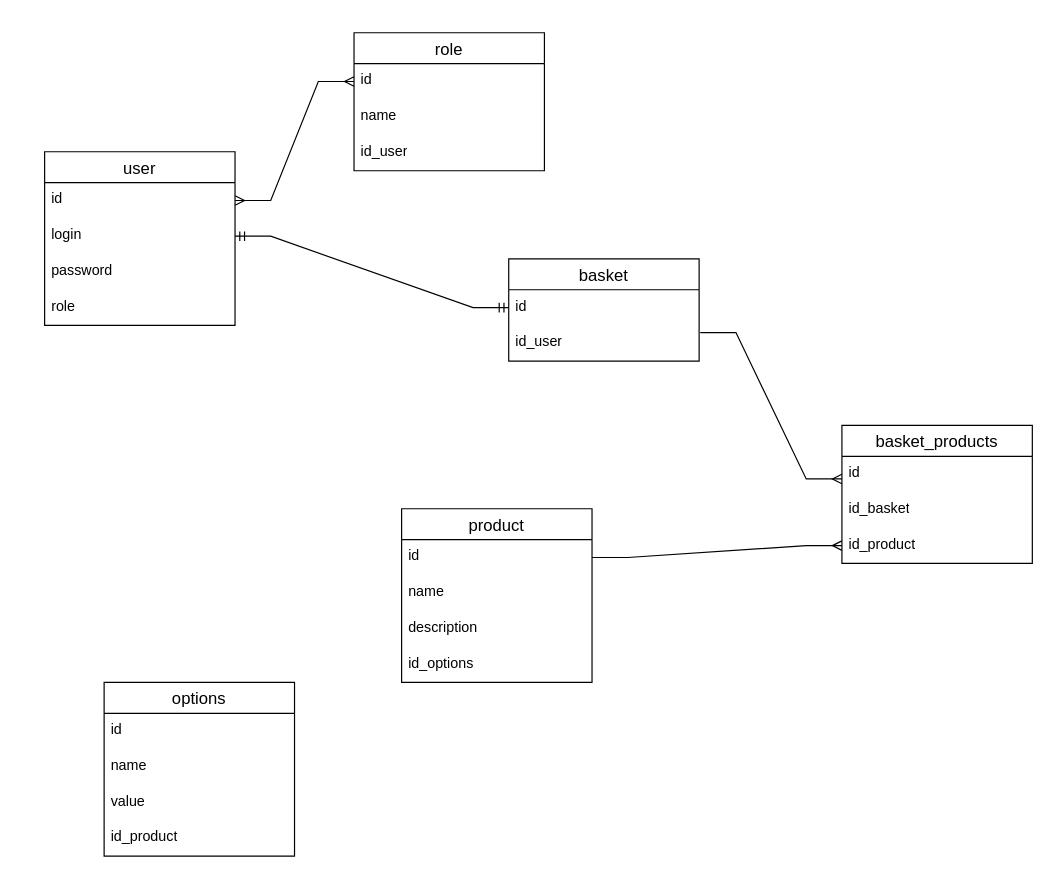
OlegGrn/draw_io keeps this draw.io diagram as jwt_first.drawio. Above is the earlier version. Source tidied: cells renumbered, new cells numbered last; positions are measured from the earlier drawing's top-left corner, leaving out a move shared by most shapes. Both pictures are drawn from the tidied source at 119%, with x=0, y=0 at pixel (44, 32).
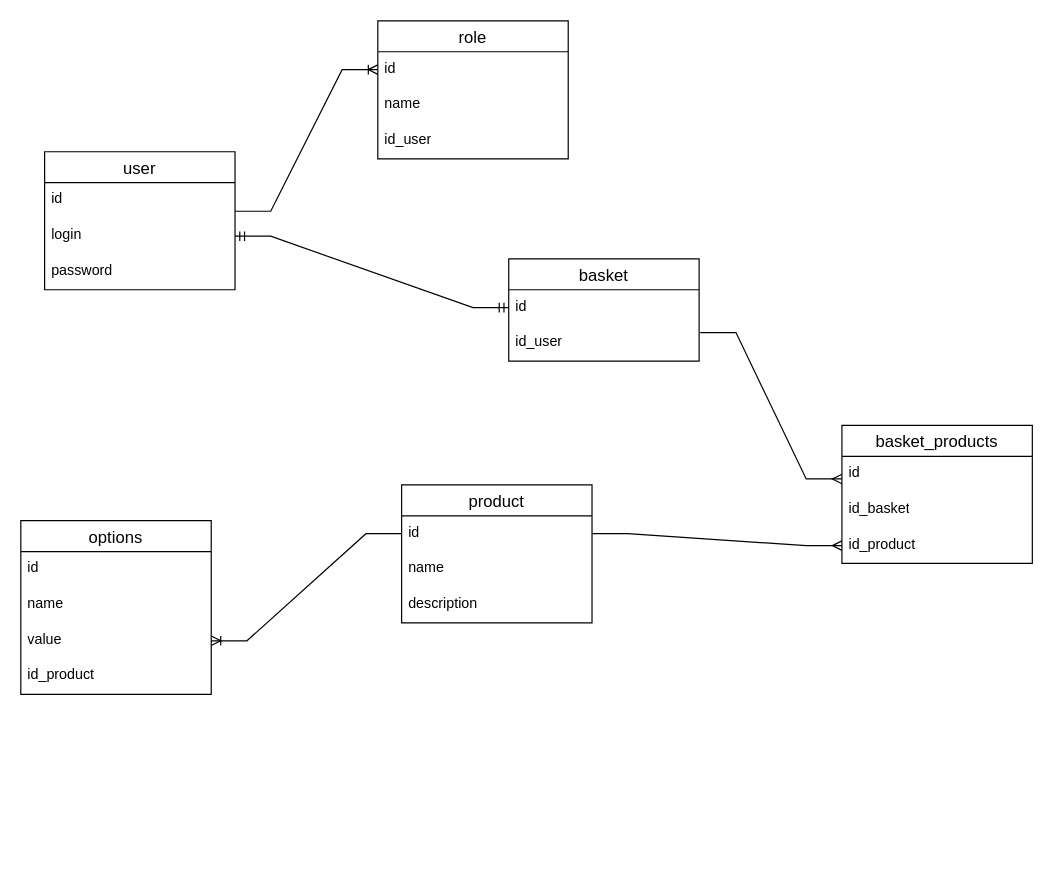
The same diagram, later.

The change refers to these unchanged cells:
```xml
<mxCell id="3" value="id" style="text;strokeColor=none;fillColor=none;spacingLeft=4;spacingRight=4;overflow=hidden;points=[[0,0.5],[1,0.5]];portConstraint=eastwest;fontSize=12;whiteSpace=wrap;html=1;" parent="2" vertex="1">
  <mxGeometry y="26" width="160" height="30" as="geometry" />
</mxCell>
<mxCell id="8" value="id" style="text;strokeColor=none;fillColor=none;spacingLeft=4;spacingRight=4;overflow=hidden;points=[[0,0.5],[1,0.5]];portConstraint=eastwest;fontSize=12;whiteSpace=wrap;html=1;" parent="7" vertex="1">
  <mxGeometry y="26" width="160" height="30" as="geometry" />
</mxCell>
<mxCell id="21" value="id" style="text;strokeColor=none;fillColor=none;spacingLeft=4;spacingRight=4;overflow=hidden;points=[[0,0.5],[1,0.5]];portConstraint=eastwest;fontSize=12;whiteSpace=wrap;html=1;" parent="20" vertex="1">
  <mxGeometry y="26" width="160" height="30" as="geometry" />
</mxCell>
<mxCell id="30" value="value" style="text;strokeColor=none;fillColor=none;spacingLeft=4;spacingRight=4;overflow=hidden;points=[[0,0.5],[1,0.5]];portConstraint=eastwest;fontSize=12;whiteSpace=wrap;html=1;" parent="27" vertex="1">
  <mxGeometry y="86" width="160" height="30" as="geometry" />
</mxCell>
```

The edit, as a diff of the source:
```diff
@@
     <mxCell id="2" value="user" style="swimlane;fontStyle=0;horizontal=1;startSize=26;align=center;fontSize=14;" parent="1" vertex="1">
-      <mxGeometry y="100" width="160" height="146" as="geometry" />
+      <mxGeometry y="100" width="160" height="116" as="geometry" />
     </mxCell>
@@
-    <mxCell id="6" value="role" style="text;strokeColor=none;fillColor=none;spacingLeft=4;spacingRight=4;overflow=hidden;fontSize=12;whiteSpace=wrap;html=1;" parent="2" vertex="1">
-      <mxGeometry y="116" width="160" height="30" as="geometry" />
-    </mxCell>
     <mxCell id="7" value="role" style="swimlane;fontStyle=0;horizontal=1;startSize=26;align=center;fontSize=14;" parent="1" vertex="1">
-      <mxGeometry x="260" width="160" height="116" as="geometry" />
+      <mxGeometry x="280" y="-10" width="160" height="116" as="geometry" />
     </mxCell>
@@
-    <mxCell id="11" style="edgeStyle=entityRelationEdgeStyle;fontSize=12;html=1;endArrow=ERmany;startArrow=ERmany;rounded=0;entryX=0;entryY=0.5;entryDx=0;entryDy=0;exitX=1;exitY=0.5;exitDx=0;exitDy=0;" parent="1" edge="1" source="3" target="8">
-      <mxGeometry relative="1" as="geometry" />
-    </mxCell>
@@
     <mxCell id="20" value="product" style="swimlane;fontStyle=0;horizontal=1;startSize=26;align=center;fontSize=14;" parent="1" vertex="1">
-      <mxGeometry x="300" y="400" width="160" height="146" as="geometry" />
+      <mxGeometry x="300" y="380" width="160" height="116" as="geometry" />
     </mxCell>
@@
-    <mxCell id="24" value="id_options" style="text;strokeColor=none;fillColor=none;spacingLeft=4;spacingRight=4;overflow=hidden;fontSize=12;whiteSpace=wrap;html=1;" parent="20" vertex="1">
-      <mxGeometry y="116" width="160" height="30" as="geometry" />
-    </mxCell>
@@
     <mxCell id="27" value="options" style="swimlane;fontStyle=0;horizontal=1;startSize=26;align=center;fontSize=14;" parent="1" vertex="1">
-      <mxGeometry x="50" y="546" width="160" height="146" as="geometry" />
+      <mxGeometry x="-20" y="410" width="160" height="146" as="geometry" />
     </mxCell>
@@
+    <mxCell id="11" style="edgeStyle=entityRelationEdgeStyle;fontSize=12;html=1;endArrow=ERoneToMany;rounded=0;entryX=0;entryY=0.5;entryDx=0;entryDy=0;exitX=1;exitY=0.8;exitDx=0;exitDy=0;exitPerimeter=0;" parent="1" edge="1" source="3" target="8">
+      <mxGeometry relative="1" as="geometry" />
+    </mxCell>
+    <mxCell id="32" style="edgeStyle=entityRelationEdgeStyle;fontSize=12;html=1;endArrow=ERoneToMany;rounded=0;exitX=0;exitY=0.5;exitDx=0;exitDy=0;" parent="1" edge="1" source="21" target="30">
+      <mxGeometry relative="1" as="geometry">
+        <Array as="points">
+          <mxPoint x="-10" y="980" />
+          <mxPoint x="140" y="480" />
+        </Array>
+      </mxGeometry>
+    </mxCell>
```
